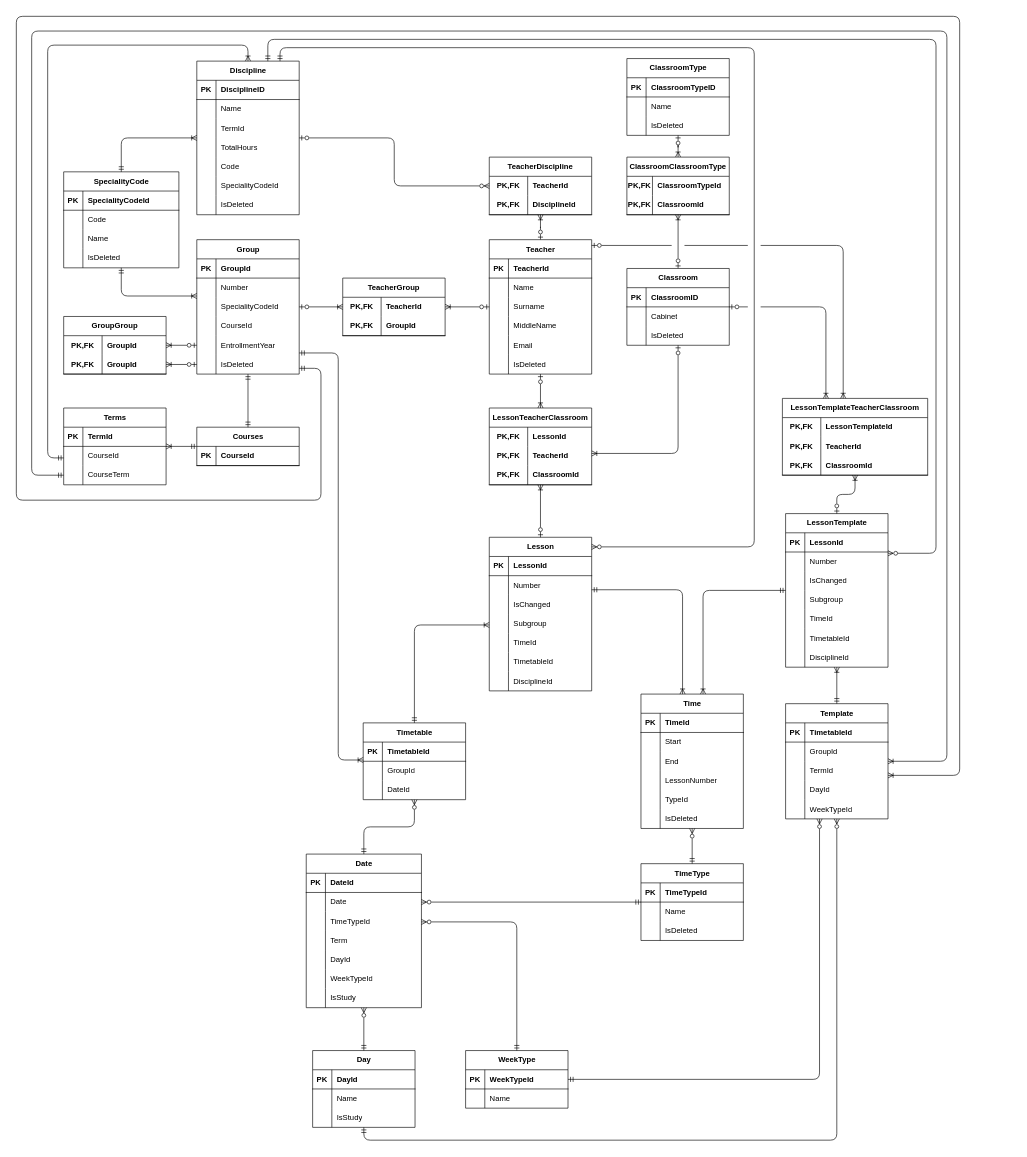
This is Schedule.drawio from SV3TLuV/Schedule, a draw.io file, before an edit. Source tidied: cells renumbered, new cells numbered last; positions are measured from the earlier drawing's top-left corner, leaving out a move shared by most shapes. Both pictures are drawn from the tidied source at 64%, with x=0, y=0 at pixel (16, 16).
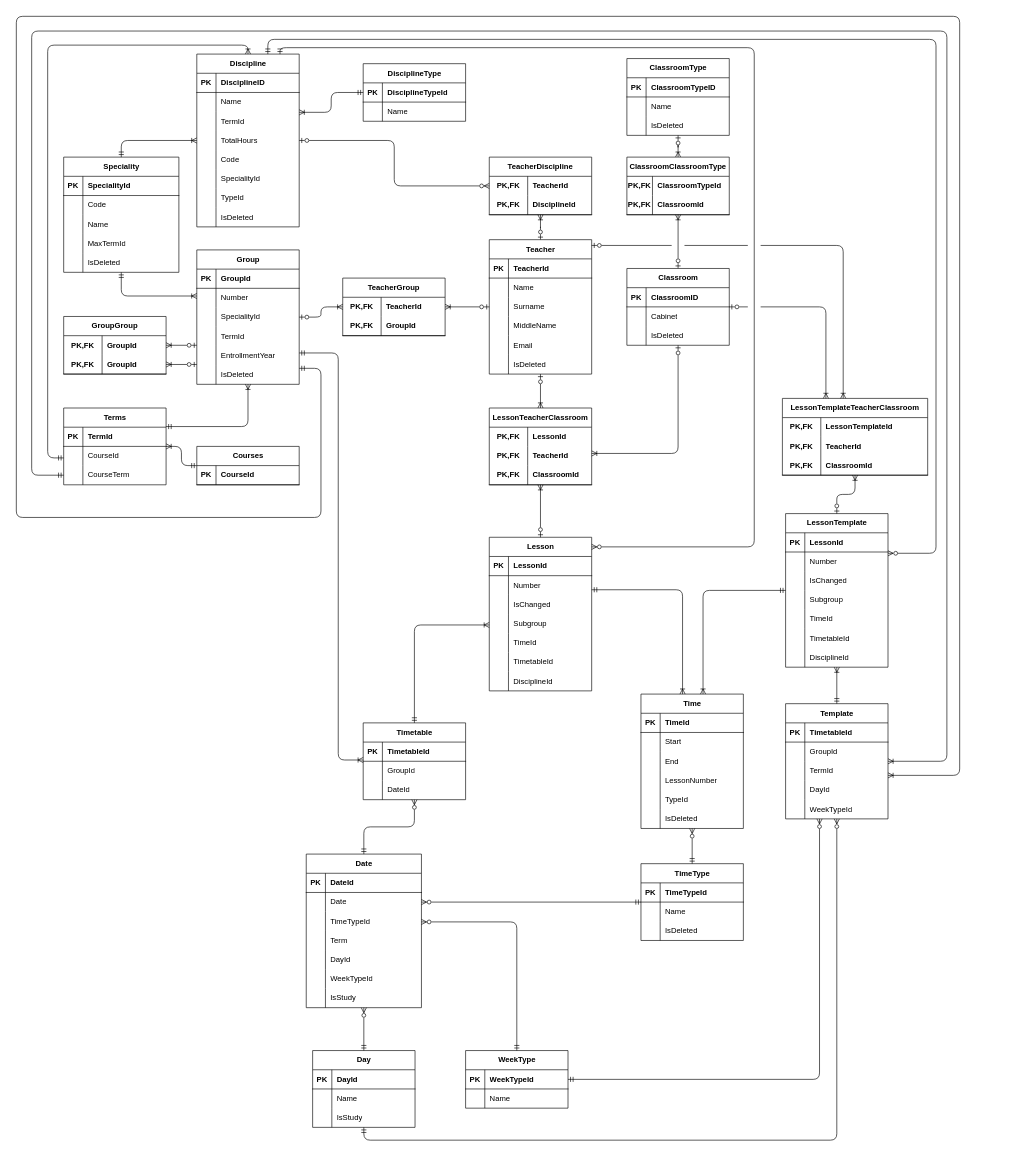
After the change.

Unchanged cells that the change refers to:
```xml
<mxCell id="9" style="shape=tableRow;horizontal=0;startSize=0;swimlaneHead=0;swimlaneBody=0;fillColor=none;top=0;left=0;right=0;bottom=0;" parent="2" vertex="1">
  <mxGeometry y="90" width="160" height="30" as="geometry" />
</mxCell>
<mxCell id="12" style="shape=tableRow;horizontal=0;startSize=0;swimlaneHead=0;swimlaneBody=0;fillColor=none;top=0;left=0;right=0;bottom=0;" parent="2" vertex="1">
  <mxGeometry y="120" width="160" height="30" as="geometry" />
</mxCell>
<mxCell id="71" style="shape=tableRow;horizontal=0;startSize=0;swimlaneHead=0;swimlaneBody=0;fillColor=none;top=0;left=0;right=0;bottom=0;" parent="55" vertex="1">
  <mxGeometry y="180" width="160" height="30" as="geometry" />
</mxCell>
<mxCell id="195" value="&lt;span style=&quot;background-color: rgb(255, 255, 255);&quot;&gt;Template&lt;/span&gt;" style="shape=table;startSize=30;childLayout=tableLayout;rowLines=0;fontStyle=1;align=center;html=1;" parent="1" vertex="1">
  <mxGeometry x="1202" y="1074" width="160" height="180" as="geometry" />
</mxCell>
<mxCell id="239" style="shape=tableRow;horizontal=0;startSize=0;swimlaneHead=0;swimlaneBody=0;fillColor=none;top=0;left=0;right=0;bottom=1;" parent="238" vertex="1">
  <mxGeometry y="30" width="180" height="30" as="geometry" />
</mxCell>
<mxCell id="284" value="&lt;span style=&quot;background-color: rgb(255, 255, 255);&quot;&gt;Terms&lt;/span&gt;" style="shape=table;startSize=30;childLayout=tableLayout;rowLines=0;fontStyle=1;align=center;html=1;" parent="1" vertex="1">
  <mxGeometry x="74" y="612" width="160" height="120" as="geometry" />
</mxCell>
```

Diff of the diagram source:
```diff
@@
     <mxCell id="2" value="Group" style="shape=table;startSize=30;childLayout=tableLayout;rowLines=0;fontStyle=1;align=center;html=1;" parent="1" vertex="1">
-      <mxGeometry x="282" y="349" width="160" height="210" as="geometry" />
+      <mxGeometry x="282" y="365" width="160" height="210" as="geometry" />
     </mxCell>
@@
-    <mxCell id="11" value="SpecialityCodeId" style="shape=partialRectangle;fillColor=none;top=0;left=0;bottom=0;right=0;align=left;spacingLeft=6;overflow=hidden;whiteSpace=wrap;html=1;" parent="9" vertex="1">
+    <mxCell id="11" value="SpecialityId" style="shape=partialRectangle;fillColor=none;top=0;left=0;bottom=0;right=0;align=left;spacingLeft=6;overflow=hidden;whiteSpace=wrap;html=1;" parent="9" vertex="1">
       <mxGeometry x="30" width="130" height="30" as="geometry" />
     </mxCell>
@@
-    <mxCell id="14" value="CourseId" style="shape=partialRectangle;fillColor=none;top=0;left=0;bottom=0;right=0;align=left;spacingLeft=6;overflow=hidden;whiteSpace=wrap;html=1;" parent="12" vertex="1">
+    <mxCell id="14" value="TermId" style="shape=partialRectangle;fillColor=none;top=0;left=0;bottom=0;right=0;align=left;spacingLeft=6;overflow=hidden;whiteSpace=wrap;html=1;" parent="12" vertex="1">
       <mxGeometry x="30" width="130" height="30" as="geometry" />
     </mxCell>
@@
     <mxCell id="55" value="Discipline" style="shape=table;startSize=30;childLayout=tableLayout;rowLines=0;fontStyle=1;align=center;html=1;" parent="1" vertex="1">
-      <mxGeometry x="282" y="70" width="160" height="240" as="geometry" />
+      <mxGeometry x="282" y="59" width="160" height="270" as="geometry" />
     </mxCell>
@@
-    <mxCell id="73" value="SpecialityCodeId" style="shape=partialRectangle;fillColor=none;top=0;left=0;bottom=0;right=0;align=left;spacingLeft=6;overflow=hidden;whiteSpace=wrap;html=1;" parent="71" vertex="1">
+    <mxCell id="73" value="SpecialityId" style="shape=partialRectangle;fillColor=none;top=0;left=0;bottom=0;right=0;align=left;spacingLeft=6;overflow=hidden;whiteSpace=wrap;html=1;" parent="71" vertex="1">
       <mxGeometry x="30" width="130" height="30" as="geometry" />
     </mxCell>
+    <mxCell id="331" style="shape=tableRow;horizontal=0;startSize=0;swimlaneHead=0;swimlaneBody=0;fillColor=none;top=0;left=0;right=0;bottom=0;" parent="55" vertex="1">
+      <mxGeometry y="210" width="160" height="30" as="geometry" />
+    </mxCell>
+    <mxCell id="332" style="shape=partialRectangle;fillColor=none;top=0;left=0;bottom=0;right=0;overflow=hidden;whiteSpace=wrap;html=1;" parent="331" vertex="1">
+      <mxGeometry width="30" height="30" as="geometry" />
+    </mxCell>
+    <mxCell id="333" value="TypeId" style="shape=partialRectangle;fillColor=none;top=0;left=0;bottom=0;right=0;align=left;spacingLeft=6;overflow=hidden;whiteSpace=wrap;html=1;" parent="331" vertex="1">
+      <mxGeometry x="30" width="130" height="30" as="geometry" />
+    </mxCell>
     <mxCell id="74" style="shape=tableRow;horizontal=0;startSize=0;swimlaneHead=0;swimlaneBody=0;fillColor=none;top=0;left=0;right=0;bottom=0;" parent="55" vertex="1">
-      <mxGeometry y="210" width="160" height="30" as="geometry" />
+      <mxGeometry y="240" width="160" height="30" as="geometry" />
     </mxCell>
@@
     <mxCell id="237" style="edgeStyle=orthogonalEdgeStyle;jettySize=auto;html=1;endArrow=ERmandOne;endFill=0;startArrow=ERoneToMany;startFill=0;jumpStyle=gap;jumpSize=20;shadow=0;rounded=1;" parent="1" edge="1" source="195" target="2">
       <mxGeometry relative="1" as="geometry">
         <Array as="points">
           <mxPoint x="1474" y="1186" />
           <mxPoint x="1474" />
           <mxPoint />
-          <mxPoint y="756" />
-          <mxPoint x="476" y="756" />
+          <mxPoint y="783" />
+          <mxPoint x="476" y="783" />
           <mxPoint x="476" y="550" />
         </Array>
       </mxGeometry>
     </mxCell>
-    <mxCell id="238" value="SpecialityCode" style="shape=table;startSize=30;childLayout=tableLayout;rowLines=0;fontStyle=1;align=center;html=1;" parent="1" vertex="1">
-      <mxGeometry x="74" y="243" width="180" height="150" as="geometry" />
+    <mxCell id="238" value="Speciality" style="shape=table;startSize=30;childLayout=tableLayout;rowLines=0;fontStyle=1;align=center;html=1;" parent="1" vertex="1">
+      <mxGeometry x="74" y="220" width="180" height="180" as="geometry" />
     </mxCell>
@@
-    <mxCell id="241" value="SpecialityCodeId" style="shape=partialRectangle;fillColor=none;top=0;left=0;bottom=0;right=0;align=left;spacingLeft=6;fontStyle=1;overflow=hidden;whiteSpace=wrap;html=1;" parent="239" vertex="1">
+    <mxCell id="241" value="SpecialityId" style="shape=partialRectangle;fillColor=none;top=0;left=0;bottom=0;right=0;align=left;spacingLeft=6;fontStyle=1;overflow=hidden;whiteSpace=wrap;html=1;" parent="239" vertex="1">
       <mxGeometry x="30" width="150" height="30" as="geometry" />
     </mxCell>
@@
+    <mxCell id="334" style="shape=tableRow;horizontal=0;startSize=0;swimlaneHead=0;swimlaneBody=0;fillColor=none;top=0;left=0;right=0;bottom=0;" parent="238" vertex="1">
+      <mxGeometry y="120" width="180" height="30" as="geometry" />
+    </mxCell>
+    <mxCell id="335" style="shape=partialRectangle;fillColor=none;top=0;left=0;bottom=0;right=0;overflow=hidden;whiteSpace=wrap;html=1;" parent="334" vertex="1">
+      <mxGeometry width="30" height="30" as="geometry" />
+    </mxCell>
+    <mxCell id="336" value="MaxTermId" style="shape=partialRectangle;fillColor=none;top=0;left=0;bottom=0;right=0;align=left;spacingLeft=6;overflow=hidden;whiteSpace=wrap;html=1;" parent="334" vertex="1">
+      <mxGeometry x="30" width="150" height="30" as="geometry" />
+    </mxCell>
     <mxCell id="248" style="shape=tableRow;horizontal=0;startSize=0;swimlaneHead=0;swimlaneBody=0;fillColor=none;top=0;left=0;right=0;bottom=0;" parent="238" vertex="1">
-      <mxGeometry y="120" width="180" height="30" as="geometry" />
+      <mxGeometry y="150" width="180" height="30" as="geometry" />
     </mxCell>
@@
     <mxCell id="276" value="&lt;span style=&quot;background-color: rgb(255, 255, 255);&quot;&gt;Courses&lt;/span&gt;" style="shape=table;startSize=30;childLayout=tableLayout;rowLines=0;fontStyle=1;align=center;html=1;" parent="1" vertex="1">
-      <mxGeometry x="282" y="642" width="160" height="60" as="geometry" />
+      <mxGeometry x="282" y="672" width="160" height="60" as="geometry" />
     </mxCell>
@@
-    <mxCell id="282" style="edgeStyle=orthogonalEdgeStyle;fontSize=12;html=1;endArrow=ERmandOne;startArrow=ERmandOne;jumpStyle=gap;shadow=0;rounded=1;jumpSize=20;" parent="1" edge="1" source="276" target="2">
-      <mxGeometry relative="1" as="geometry" />
-    </mxCell>
@@
+    <mxCell id="337" value="&lt;span style=&quot;background-color: rgb(255, 255, 255);&quot;&gt;DisciplineType&lt;/span&gt;" style="shape=table;startSize=30;childLayout=tableLayout;rowLines=0;fontStyle=1;align=center;html=1;" parent="1" vertex="1">
+      <mxGeometry x="542" y="74" width="160" height="90" as="geometry" />
+    </mxCell>
+    <mxCell id="338" style="shape=tableRow;horizontal=0;startSize=0;swimlaneHead=0;swimlaneBody=0;fillColor=none;top=0;left=0;right=0;bottom=1;" parent="337" vertex="1">
+      <mxGeometry y="30" width="160" height="30" as="geometry" />
+    </mxCell>
+    <mxCell id="339" value="PK" style="shape=partialRectangle;fillColor=none;top=0;left=0;bottom=0;right=0;fontStyle=1;overflow=hidden;whiteSpace=wrap;html=1;" parent="338" vertex="1">
+      <mxGeometry width="30" height="30" as="geometry" />
+    </mxCell>
+    <mxCell id="340" value="DisciplineTypeId" style="shape=partialRectangle;fillColor=none;top=0;left=0;bottom=0;right=0;align=left;spacingLeft=6;fontStyle=1;overflow=hidden;whiteSpace=wrap;html=1;" parent="338" vertex="1">
+      <mxGeometry x="30" width="130" height="30" as="geometry" />
+    </mxCell>
+    <mxCell id="341" style="shape=tableRow;horizontal=0;startSize=0;swimlaneHead=0;swimlaneBody=0;fillColor=none;top=0;left=0;right=0;bottom=0;" parent="337" vertex="1">
+      <mxGeometry y="60" width="160" height="30" as="geometry" />
+    </mxCell>
+    <mxCell id="342" style="shape=partialRectangle;fillColor=none;top=0;left=0;bottom=0;right=0;overflow=hidden;whiteSpace=wrap;html=1;" parent="341" vertex="1">
+      <mxGeometry width="30" height="30" as="geometry" />
+    </mxCell>
+    <mxCell id="343" value="Name" style="shape=partialRectangle;fillColor=none;top=0;left=0;bottom=0;right=0;align=left;spacingLeft=6;overflow=hidden;whiteSpace=wrap;html=1;" parent="341" vertex="1">
+      <mxGeometry x="30" width="130" height="30" as="geometry" />
+    </mxCell>
+    <mxCell id="344" style="jettySize=auto;html=1;endArrow=ERoneToMany;endFill=0;startArrow=ERmandOne;startFill=0;edgeStyle=orthogonalEdgeStyle;jumpStyle=gap;shadow=0;rounded=1;jumpSize=20;" parent="1" edge="1" source="337" target="55">
+      <mxGeometry relative="1" as="geometry">
+        <Array as="points">
+          <mxPoint x="492" y="119" />
+          <mxPoint x="492" y="150" />
+        </Array>
+      </mxGeometry>
+    </mxCell>
+    <mxCell id="345" style="edgeStyle=orthogonalEdgeStyle;jettySize=auto;html=1;endArrow=ERoneToMany;endFill=0;startArrow=ERmandOne;startFill=0;jumpStyle=gap;shadow=0;rounded=1;jumpSize=20;" parent="1" edge="1" source="284" target="2">
+      <mxGeometry relative="1" as="geometry">
+        <Array as="points">
+          <mxPoint x="362" y="641" />
+        </Array>
+      </mxGeometry>
+    </mxCell>
```
